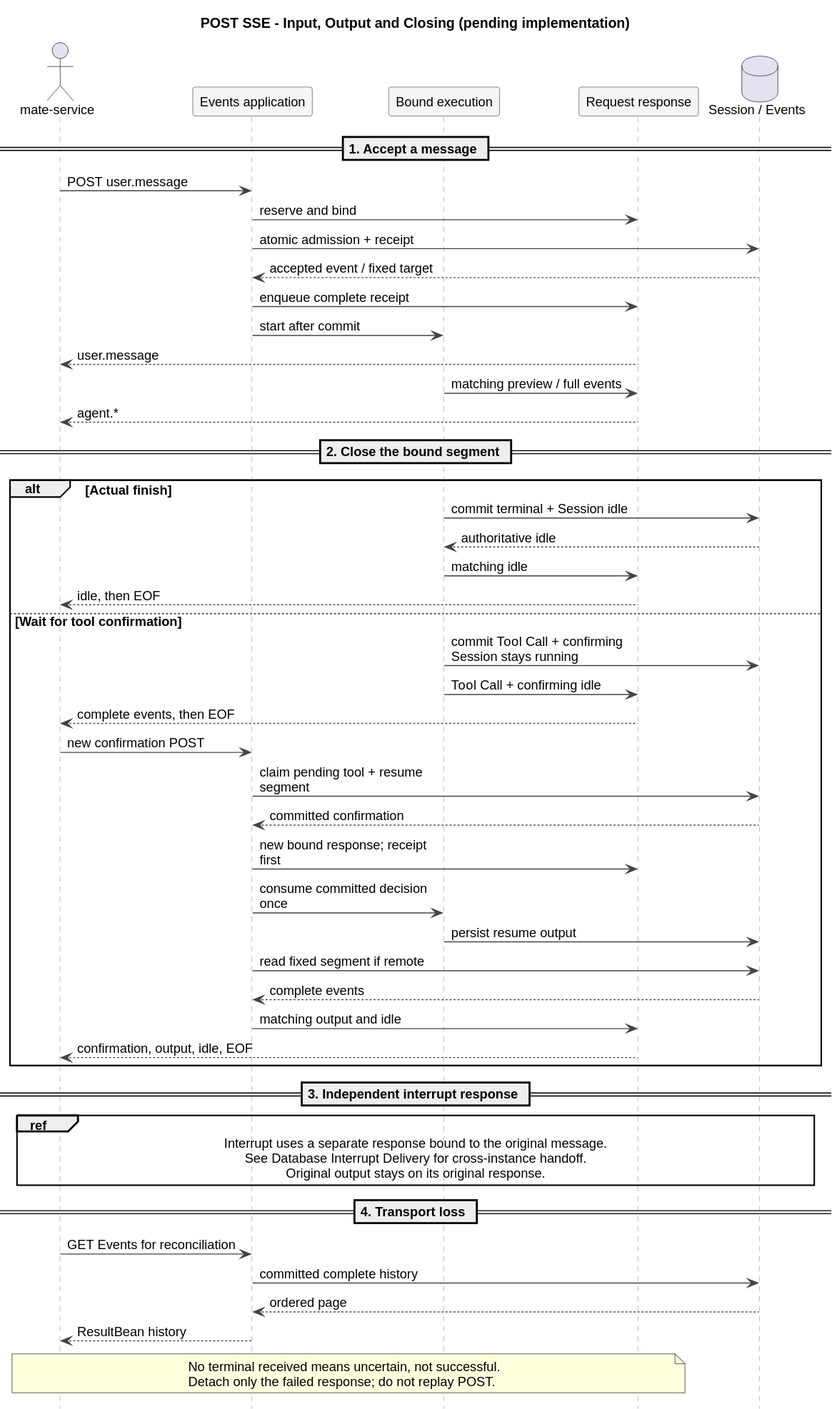
ssm0808/pi-mono-java-design keeps this PlantUML diagram as 01-总体架构/01-CampusClaw多Agent运行时/设计图/事件接口重设计/target_session_live_stream_lifecycle.svg. Above is the earlier version.
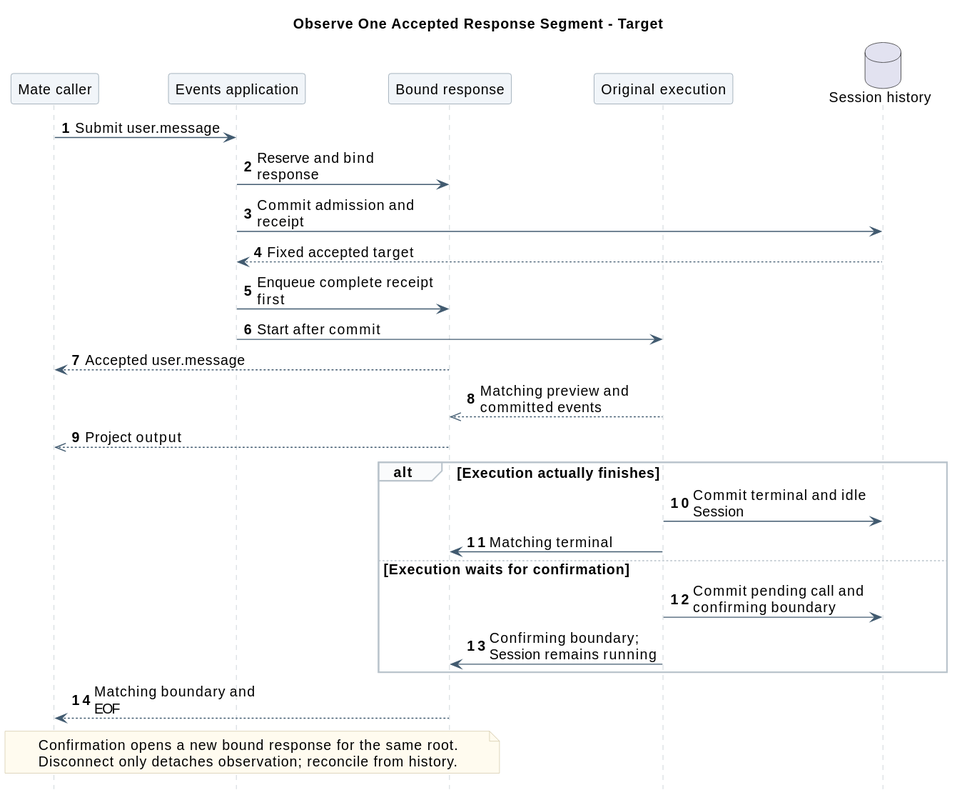
After the commit.

Change to the diagram source:
```diff
@@ -1,72 +1,46 @@
 @startuml
 skinparam backgroundColor white
+skinparam defaultFontName SansSerif
+skinparam defaultFontSize 14
 skinparam shadowing false
-skinparam defaultFontName Arial
-skinparam defaultFontSize 13
+skinparam sequenceMessageAlign left
+skinparam maxMessageSize 180
+skinparam sequenceArrowColor #425B70
+skinparam sequenceLifeLineBorderColor #BAC4CC
+skinparam sequenceParticipantBackgroundColor #F1F5F9
+skinparam sequenceParticipantBorderColor #8496A4
+skinparam sequenceGroupBackgroundColor #FAFBFC
+skinparam sequenceGroupBorderColor #BAC4CC
+skinparam noteBackgroundColor #FFFBEF
+skinparam noteBorderColor #D2C6A5
 hide footbox
-skinparam BoxPadding 10
-skinparam maxMessageSize 190
-skinparam sequenceMessageAlign left
-skinparam sequence {
-  ParticipantBackgroundColor #F5F5F5
-  ParticipantBorderColor #555555
-  LifeLineBorderColor #A0A0A0
-  ArrowColor #444444
-}
-title POST SSE - Input, Output and Closing (pending implementation)
-actor "mate-service" as Client
+autonumber
+
+title Observe One Accepted Response Segment - Target
+participant "Mate caller" as Client
 participant "Events application" as API
-participant "Bound execution" as Run
-participant "Request response" as Response
-database "Session / Events" as DB
-
-== 1. Accept a message ==
-Client -> API : POST user.message
-API -> Response : reserve and bind
-API -> DB : atomic admission + receipt
-DB --> API : accepted event / fixed target
-API -> Response : enqueue complete receipt
-API -> Run : start after commit
-Response --> Client : user.message
-Run -> Response : matching preview / full events
-Response --> Client : agent.*
-
-== 2. Close the bound segment ==
-alt Actual finish
-  Run -> DB : commit terminal + Session idle
-  DB --> Run : authoritative idle
-  Run -> Response : matching idle
-  Response --> Client : idle, then EOF
-else Wait for tool confirmation
-  Run -> DB : commit Tool Call + confirming\nSession stays running
-  Run -> Response : Tool Call + confirming idle
-  Response --> Client : complete events, then EOF
-  Client -> API : new confirmation POST
-  API -> DB : claim pending tool + resume segment
-  DB --> API : committed confirmation
-  API -> Response : new bound response; receipt first
-  API -> Run : consume committed decision once
-  Run -> DB : persist resume output
-  API -> DB : read fixed segment if remote
-  DB --> API : complete events
-  API -> Response : matching output and idle
-  Response --> Client : confirmation, output, idle, EOF
+participant "Bound response" as Response
+participant "Original execution" as Run
+database "Session history" as DB
+Client -> API : Submit user.message
+API -> Response : Reserve and bind response
+API -> DB : Commit admission and receipt
+DB --> API : Fixed accepted target
+API -> Response : Enqueue complete receipt first
+API -> Run : Start after commit
+Response --> Client : Accepted user.message
+Run -->> Response : Matching preview and committed events
+Response -->> Client : Project output
+alt Execution actually finishes
+  Run -> DB : Commit terminal and idle Session
+  Run -> Response : Matching terminal
+else Execution waits for confirmation
+  Run -> DB : Commit pending call and confirming boundary
+  Run -> Response : Confirming boundary; Session remains running
 end
-
-== 3. Independent interrupt response ==
-ref over Client,DB
-Interrupt uses a separate response bound to the original message.
-See Database Interrupt Delivery for cross-instance handoff.
-Original output stays on its original response.
-end ref
-
-== 4. Transport loss ==
-Client -> API : GET Events for reconciliation
-API -> DB : committed complete history
-DB --> API : ordered page
-API --> Client : ResultBean history
+Response --> Client : Matching boundary and EOF
 note over Client,Response
-No terminal received means uncertain, not successful.
-Detach only the failed response; do not replay POST.
+  Confirmation opens a new bound response for the same root.
+  Disconnect only detaches observation; reconcile from history.
 end note
 @enduml
```
